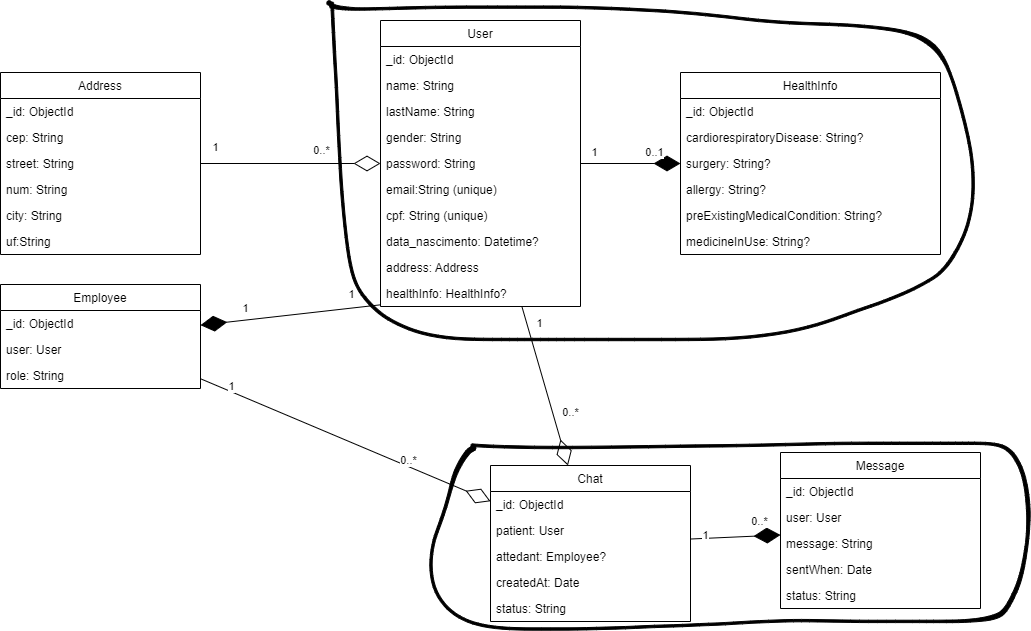
Above: docs/NoAM.png in FatecFranca/DSM-G08-PI3-2024-1 (draw.io), before the change. Source tidied: cells renumbered, new cells last; positions are measured from the earlier drawing's top-left corner, leaving out a move shared by most shapes. Its diagram source:
```xml
<mxGraphModel>
  <root>
    <mxCell id="0" />
    <mxCell id="1" parent="0" />
    <mxCell id="2" value="User" style="swimlane;fontStyle=0;horizontal=1;startSize=26;fillColor=none;glass=0;" parent="1" vertex="1">
      <mxGeometry x="380" y="20" width="200" height="286" as="geometry" />
    </mxCell>
    <mxCell id="3" value="_id: ObjectId" style="text;strokeColor=none;fillColor=none;align=left;verticalAlign=top;spacingLeft=4;spacingRight=4;overflow=hidden;" parent="2" vertex="1">
      <mxGeometry y="26" width="200" height="26" as="geometry" />
    </mxCell>
    <mxCell id="4" value="name: String" style="text;strokeColor=none;fillColor=none;align=left;verticalAlign=top;spacingLeft=4;spacingRight=4;overflow=hidden;" parent="2" vertex="1">
      <mxGeometry y="52" width="200" height="26" as="geometry" />
    </mxCell>
    <mxCell id="5" value="lastName: String" style="text;strokeColor=none;fillColor=none;align=left;verticalAlign=top;spacingLeft=4;spacingRight=4;overflow=hidden;" parent="2" vertex="1">
      <mxGeometry y="78" width="200" height="26" as="geometry" />
    </mxCell>
    <mxCell id="6" value="gender: String" style="text;strokeColor=none;fillColor=none;align=left;verticalAlign=top;spacingLeft=4;spacingRight=4;overflow=hidden;" parent="2" vertex="1">
      <mxGeometry y="104" width="200" height="26" as="geometry" />
    </mxCell>
    <mxCell id="7" value="password: String" style="text;strokeColor=none;fillColor=none;align=left;verticalAlign=top;spacingLeft=4;spacingRight=4;overflow=hidden;" parent="2" vertex="1">
      <mxGeometry y="130" width="200" height="26" as="geometry" />
    </mxCell>
    <mxCell id="8" value="email:String (unique)" style="text;strokeColor=none;fillColor=none;align=left;verticalAlign=top;spacingLeft=4;spacingRight=4;overflow=hidden;" parent="2" vertex="1">
      <mxGeometry y="156" width="200" height="26" as="geometry" />
    </mxCell>
    <mxCell id="9" value="cpf: String (unique)" style="text;strokeColor=none;fillColor=none;align=left;verticalAlign=top;spacingLeft=4;spacingRight=4;overflow=hidden;" parent="2" vertex="1">
      <mxGeometry y="182" width="200" height="26" as="geometry" />
    </mxCell>
    <mxCell id="10" value="data_nascimento: Datetime?" style="text;strokeColor=none;fillColor=none;align=left;verticalAlign=top;spacingLeft=4;spacingRight=4;overflow=hidden;" parent="2" vertex="1">
      <mxGeometry y="208" width="200" height="26" as="geometry" />
    </mxCell>
    <mxCell id="11" value="address: Address" style="text;strokeColor=none;fillColor=none;align=left;verticalAlign=top;spacingLeft=4;spacingRight=4;overflow=hidden;" parent="2" vertex="1">
      <mxGeometry y="234" width="200" height="26" as="geometry" />
    </mxCell>
    <mxCell id="12" value="healthInfo: HealthInfo?" style="text;strokeColor=none;fillColor=none;align=left;verticalAlign=top;spacingLeft=4;spacingRight=4;overflow=hidden;points=[[0,0.5],[1,0.5]];portConstraint=eastwest;" parent="2" vertex="1">
      <mxGeometry y="260" width="200" height="26" as="geometry" />
    </mxCell>
    <mxCell id="13" value="Address" style="swimlane;fontStyle=0;horizontal=1;startSize=26;fillColor=none;glass=0;" parent="1" vertex="1">
      <mxGeometry y="72" width="200" height="182" as="geometry" />
    </mxCell>
    <mxCell id="14" value="_id: ObjectId" style="text;strokeColor=none;fillColor=none;align=left;verticalAlign=top;spacingLeft=4;spacingRight=4;overflow=hidden;" parent="13" vertex="1">
      <mxGeometry y="26" width="200" height="26" as="geometry" />
    </mxCell>
    <mxCell id="15" value="cep: String" style="text;strokeColor=none;fillColor=none;align=left;verticalAlign=top;spacingLeft=4;spacingRight=4;overflow=hidden;" parent="13" vertex="1">
      <mxGeometry y="52" width="200" height="26" as="geometry" />
    </mxCell>
    <mxCell id="16" value="street: String" style="text;strokeColor=none;fillColor=none;align=left;verticalAlign=top;spacingLeft=4;spacingRight=4;overflow=hidden;" parent="13" vertex="1">
      <mxGeometry y="78" width="200" height="26" as="geometry" />
    </mxCell>
    <mxCell id="17" value="num: String" style="text;strokeColor=none;fillColor=none;align=left;verticalAlign=top;spacingLeft=4;spacingRight=4;overflow=hidden;" parent="13" vertex="1">
      <mxGeometry y="104" width="200" height="26" as="geometry" />
    </mxCell>
    <mxCell id="18" value="city: String" style="text;strokeColor=none;fillColor=none;align=left;verticalAlign=top;spacingLeft=4;spacingRight=4;overflow=hidden;" parent="13" vertex="1">
      <mxGeometry y="130" width="200" height="26" as="geometry" />
    </mxCell>
    <mxCell id="19" value="uf:String" style="text;strokeColor=none;fillColor=none;align=left;verticalAlign=top;spacingLeft=4;spacingRight=4;overflow=hidden;" parent="13" vertex="1">
      <mxGeometry y="156" width="200" height="26" as="geometry" />
    </mxCell>
    <mxCell id="20" value="HealthInfo" style="swimlane;fontStyle=0;horizontal=1;startSize=26;fillColor=none;glass=0;" parent="1" vertex="1">
      <mxGeometry x="680" y="72" width="260" height="182" as="geometry" />
    </mxCell>
    <mxCell id="21" value="_id: ObjectId" style="text;strokeColor=none;fillColor=none;align=left;verticalAlign=top;spacingLeft=4;spacingRight=4;overflow=hidden;" parent="20" vertex="1">
      <mxGeometry y="26" width="260" height="26" as="geometry" />
    </mxCell>
    <mxCell id="22" value="cardiorespiratoryDisease: String?" style="text;strokeColor=none;fillColor=none;align=left;verticalAlign=top;spacingLeft=4;spacingRight=4;overflow=hidden;" parent="20" vertex="1">
      <mxGeometry y="52" width="260" height="26" as="geometry" />
    </mxCell>
    <mxCell id="23" value="surgery: String?" style="text;strokeColor=none;fillColor=none;align=left;verticalAlign=top;spacingLeft=4;spacingRight=4;overflow=hidden;" parent="20" vertex="1">
      <mxGeometry y="78" width="260" height="26" as="geometry" />
    </mxCell>
    <mxCell id="24" value="allergy: String?" style="text;strokeColor=none;fillColor=none;align=left;verticalAlign=top;spacingLeft=4;spacingRight=4;overflow=hidden;" parent="20" vertex="1">
      <mxGeometry y="104" width="260" height="26" as="geometry" />
    </mxCell>
    <mxCell id="25" value="preExistingMedicalCondition: String?" style="text;strokeColor=none;fillColor=none;align=left;verticalAlign=top;spacingLeft=4;spacingRight=4;overflow=hidden;" parent="20" vertex="1">
      <mxGeometry y="130" width="260" height="26" as="geometry" />
    </mxCell>
    <mxCell id="26" value="medicineInUse: String?" style="text;strokeColor=none;fillColor=none;align=left;verticalAlign=top;spacingLeft=4;spacingRight=4;overflow=hidden;" parent="20" vertex="1">
      <mxGeometry y="156" width="260" height="26" as="geometry" />
    </mxCell>
    <mxCell id="27" value="Employee" style="swimlane;fontStyle=0;horizontal=1;startSize=26;fillColor=none;glass=0;" parent="1" vertex="1">
      <mxGeometry y="284" width="200" height="104" as="geometry" />
    </mxCell>
    <mxCell id="28" value="_id: ObjectId" style="text;strokeColor=none;fillColor=none;align=left;verticalAlign=top;spacingLeft=4;spacingRight=4;overflow=hidden;" parent="27" vertex="1">
      <mxGeometry y="26" width="200" height="26" as="geometry" />
    </mxCell>
    <mxCell id="29" value="user: User" style="text;strokeColor=none;fillColor=none;align=left;verticalAlign=top;spacingLeft=4;spacingRight=4;overflow=hidden;" parent="27" vertex="1">
      <mxGeometry y="52" width="200" height="26" as="geometry" />
    </mxCell>
    <mxCell id="30" value="role: String" style="text;strokeColor=none;fillColor=none;align=left;verticalAlign=top;spacingLeft=4;spacingRight=4;overflow=hidden;" parent="27" vertex="1">
      <mxGeometry y="78" width="200" height="26" as="geometry" />
    </mxCell>
    <mxCell id="31" value="Chat" style="swimlane;fontStyle=0;horizontal=1;startSize=26;fillColor=none;glass=0;" parent="1" vertex="1">
      <mxGeometry x="490" y="465" width="200" height="156" as="geometry" />
    </mxCell>
    <mxCell id="32" value="_id: ObjectId" style="text;strokeColor=none;fillColor=none;align=left;verticalAlign=top;spacingLeft=4;spacingRight=4;overflow=hidden;" parent="31" vertex="1">
      <mxGeometry y="26" width="200" height="26" as="geometry" />
    </mxCell>
    <mxCell id="33" value="patient: User" style="text;strokeColor=none;fillColor=none;align=left;verticalAlign=top;spacingLeft=4;spacingRight=4;overflow=hidden;" parent="31" vertex="1">
      <mxGeometry y="52" width="200" height="26" as="geometry" />
    </mxCell>
    <mxCell id="34" value="attedant: Employee?" style="text;strokeColor=none;fillColor=none;align=left;verticalAlign=top;spacingLeft=4;spacingRight=4;overflow=hidden;" parent="31" vertex="1">
      <mxGeometry y="78" width="200" height="26" as="geometry" />
    </mxCell>
    <mxCell id="35" value="createdAt: Date" style="text;strokeColor=none;fillColor=none;align=left;verticalAlign=top;spacingLeft=4;spacingRight=4;overflow=hidden;" parent="31" vertex="1">
      <mxGeometry y="104" width="200" height="26" as="geometry" />
    </mxCell>
    <mxCell id="36" value="status: String" style="text;strokeColor=none;fillColor=none;align=left;verticalAlign=top;spacingLeft=4;spacingRight=4;overflow=hidden;" parent="31" vertex="1">
      <mxGeometry y="130" width="200" height="26" as="geometry" />
    </mxCell>
    <mxCell id="37" value="Message" style="swimlane;fontStyle=0;horizontal=1;startSize=26;fillColor=none;glass=0;" parent="1" vertex="1">
      <mxGeometry x="780" y="452" width="200" height="156" as="geometry" />
    </mxCell>
    <mxCell id="38" value="_id: ObjectId" style="text;strokeColor=none;fillColor=none;align=left;verticalAlign=top;spacingLeft=4;spacingRight=4;overflow=hidden;" parent="37" vertex="1">
      <mxGeometry y="26" width="200" height="26" as="geometry" />
    </mxCell>
    <mxCell id="39" value="user: User" style="text;strokeColor=none;fillColor=none;align=left;verticalAlign=top;spacingLeft=4;spacingRight=4;overflow=hidden;" parent="37" vertex="1">
      <mxGeometry y="52" width="200" height="26" as="geometry" />
    </mxCell>
    <mxCell id="40" value="message: String" style="text;strokeColor=none;fillColor=none;align=left;verticalAlign=top;spacingLeft=4;spacingRight=4;overflow=hidden;" parent="37" vertex="1">
      <mxGeometry y="78" width="200" height="26" as="geometry" />
    </mxCell>
    <mxCell id="41" value="sentWhen: Date" style="text;strokeColor=none;fillColor=none;align=left;verticalAlign=top;spacingLeft=4;spacingRight=4;overflow=hidden;" parent="37" vertex="1">
      <mxGeometry y="104" width="200" height="26" as="geometry" />
    </mxCell>
    <mxCell id="42" value="status: String" style="text;strokeColor=none;fillColor=none;align=left;verticalAlign=top;spacingLeft=4;spacingRight=4;overflow=hidden;" parent="37" vertex="1">
      <mxGeometry y="130" width="200" height="26" as="geometry" />
    </mxCell>
    <mxCell id="43" style="endArrow=diamondThin;endFill=1;endSize=24;html=1;" parent="1" edge="1" source="31" target="37">
      <mxGeometry relative="1" as="geometry" />
    </mxCell>
    <mxCell id="44" value="1" style="edgeLabel;html=1;align=center;verticalAlign=middle;" parent="43" vertex="1">
      <mxGeometry x="-0.8" y="1" relative="1" as="geometry">
        <mxPoint x="6" y="-3" as="offset" />
      </mxGeometry>
    </mxCell>
    <mxCell id="45" value="0..*" style="edgeLabel;html=1;align=center;verticalAlign=middle;" parent="43" vertex="1">
      <mxGeometry x="0.62" relative="1" as="geometry">
        <mxPoint x="-4" y="-15" as="offset" />
      </mxGeometry>
    </mxCell>
    <mxCell id="46" style="endArrow=diamondThin;endFill=0;endSize=24;html=1;" parent="1" edge="1" source="13" target="2">
      <mxGeometry relative="1" as="geometry" />
    </mxCell>
    <mxCell id="47" value="1" style="edgeLabel;html=1;align=center;verticalAlign=middle;" parent="46" vertex="1">
      <mxGeometry x="-0.89" y="2" relative="1" as="geometry">
        <mxPoint x="4" y="-15" as="offset" />
      </mxGeometry>
    </mxCell>
    <mxCell id="48" value="0..*" style="edgeLabel;html=1;align=center;verticalAlign=middle;" parent="46" vertex="1">
      <mxGeometry x="0.37" y="1" relative="1" as="geometry">
        <mxPoint x="-4" y="-13" as="offset" />
      </mxGeometry>
    </mxCell>
    <mxCell id="49" style="endArrow=diamondThin;endFill=1;endSize=24;html=1;" parent="1" edge="1" source="12" target="27">
      <mxGeometry relative="1" as="geometry" />
    </mxCell>
    <mxCell id="50" value="1" style="edgeLabel;html=1;align=center;verticalAlign=middle;" parent="49" vertex="1">
      <mxGeometry x="-0.8" y="1" relative="1" as="geometry">
        <mxPoint x="-12" y="-14" as="offset" />
      </mxGeometry>
    </mxCell>
    <mxCell id="51" value="1" style="edgeLabel;html=1;align=center;verticalAlign=middle;" parent="49" vertex="1">
      <mxGeometry x="0.62" relative="1" as="geometry">
        <mxPoint x="11" y="-13" as="offset" />
      </mxGeometry>
    </mxCell>
    <mxCell id="52" style="endArrow=diamondThin;endFill=0;endSize=24;html=1;" parent="1" edge="1" source="27" target="31">
      <mxGeometry relative="1" as="geometry" />
    </mxCell>
    <mxCell id="53" value="1" style="edgeLabel;html=1;align=center;verticalAlign=middle;" parent="52" vertex="1">
      <mxGeometry x="-0.89" y="2" relative="1" as="geometry">
        <mxPoint x="13" y="2" as="offset" />
      </mxGeometry>
    </mxCell>
    <mxCell id="54" value="0..*" style="edgeLabel;html=1;align=center;verticalAlign=middle;" parent="52" vertex="1">
      <mxGeometry x="0.37" y="1" relative="1" as="geometry">
        <mxPoint x="8" y="-2" as="offset" />
      </mxGeometry>
    </mxCell>
    <mxCell id="55" style="endArrow=diamondThin;endFill=0;endSize=24;html=1;" parent="1" edge="1" source="2" target="31">
      <mxGeometry relative="1" as="geometry" />
    </mxCell>
    <mxCell id="56" value="1" style="edgeLabel;html=1;align=center;verticalAlign=middle;" parent="55" vertex="1">
      <mxGeometry x="-0.89" y="2" relative="1" as="geometry">
        <mxPoint x="13" y="8" as="offset" />
      </mxGeometry>
    </mxCell>
    <mxCell id="57" value="0..*" style="edgeLabel;html=1;align=center;verticalAlign=middle;" parent="55" vertex="1">
      <mxGeometry x="0.37" y="1" relative="1" as="geometry">
        <mxPoint x="15" y="-4" as="offset" />
      </mxGeometry>
    </mxCell>
    <mxCell id="58" style="endArrow=diamondThin;endFill=1;endSize=24;html=1;" parent="1" edge="1" source="2" target="20">
      <mxGeometry relative="1" as="geometry" />
    </mxCell>
    <mxCell id="59" value="1" style="edgeLabel;html=1;align=center;verticalAlign=middle;" parent="58" vertex="1">
      <mxGeometry x="-0.8" y="1" relative="1" as="geometry">
        <mxPoint x="3" y="-11" as="offset" />
      </mxGeometry>
    </mxCell>
    <mxCell id="60" value="0..1" style="edgeLabel;html=1;align=center;verticalAlign=middle;" parent="58" vertex="1">
      <mxGeometry x="0.62" relative="1" as="geometry">
        <mxPoint x="-8" y="-12" as="offset" />
      </mxGeometry>
    </mxCell>
    <mxCell id="61" style="shape=(stored shape, 4256 characters);lineShape=1;" parent="1" vertex="1">
      <mxGeometry x="429.3" y="441.6" width="600.4" height="188.1" as="geometry" />
    </mxCell>
    <mxCell id="62" style="shape=(stored shape, 4524 characters);lineShape=1;" parent="1" vertex="1">
      <mxGeometry x="326.4" y="0.4" width="647.4" height="339.8" as="geometry" />
    </mxCell>
  </root>
</mxGraphModel>
```
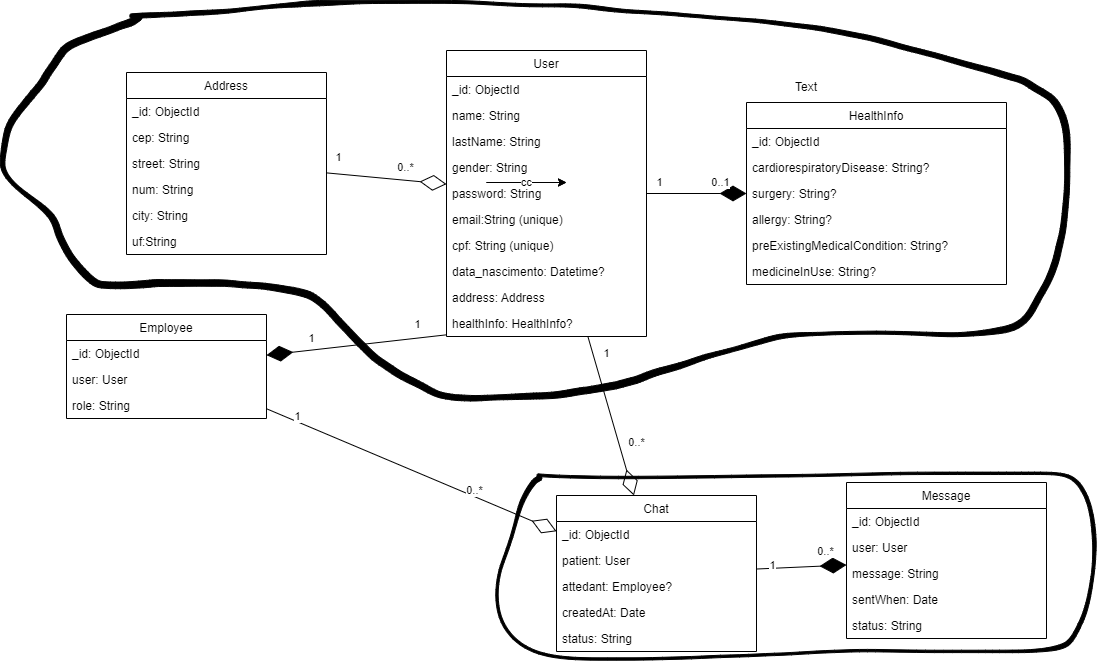
Later version of the same file.

Commit message:
chore: update database diagrams

Change to the diagram source:
```diff
@@ -36,7 +36,7 @@
       <mxGeometry y="260" width="200" height="26" as="geometry" />
     </mxCell>
     <mxCell id="13" value="Address" style="swimlane;fontStyle=0;horizontal=1;startSize=26;fillColor=none;glass=0;" parent="1" vertex="1">
-      <mxGeometry y="72" width="200" height="182" as="geometry" />
+      <mxGeometry x="60" y="42" width="200" height="182" as="geometry" />
     </mxCell>
     <mxCell id="14" value="_id: ObjectId" style="text;strokeColor=none;fillColor=none;align=left;verticalAlign=top;spacingLeft=4;spacingRight=4;overflow=hidden;" parent="13" vertex="1">
       <mxGeometry y="26" width="200" height="26" as="geometry" />
@@ -206,8 +206,26 @@
     <mxCell id="61" style="shape=(stored shape, 4256 characters);lineShape=1;" parent="1" vertex="1">
       <mxGeometry x="429.3" y="441.6" width="600.4" height="188.1" as="geometry" />
     </mxCell>
-    <mxCell id="62" style="shape=(stored shape, 4524 characters);lineShape=1;" parent="1" vertex="1">
-      <mxGeometry x="326.4" y="0.4" width="647.4" height="339.8" as="geometry" />
-    </mxCell>
+    <mxCell id="63" style="edgeStyle=none;orthogonalLoop=1;jettySize=auto;html=1;" parent="1" edge="1">
+      <mxGeometry relative="1" as="geometry">
+        <mxPoint x="420" y="152" as="sourcePoint" />
+        <mxPoint x="500" y="152" as="targetPoint" />
+      </mxGeometry>
+    </mxCell>
+    <mxCell id="64" value="cc" style="edgeStyle=none;orthogonalLoop=1;jettySize=auto;html=1;" parent="1" edge="1">
+      <mxGeometry relative="1" as="geometry">
+        <mxPoint x="420" y="152" as="sourcePoint" />
+        <mxPoint x="500" y="152" as="targetPoint" />
+      </mxGeometry>
+    </mxCell>
+    <mxCell id="65" value="Text" style="text;strokeColor=none;align=center;fillColor=none;html=1;verticalAlign=middle;whiteSpace=wrap;rounded=0;" parent="1" vertex="1">
+      <mxGeometry x="710" y="42" width="60" height="30" as="geometry" />
+    </mxCell>
+    <mxCell id="66" style="shape=(stored shape, 9884 characters);lineShape=1;" parent="1" vertex="1">
+      <mxGeometry x="-66.3" y="-30.3" width="1070" height="400.9" as="geometry" />
+    </mxCell>
+    <mxCell id="67" style="shape=(stored shape, 640 characters);lineShape=1;" parent="1" vertex="1">
+      <mxGeometry x="67.7" y="-15.9" width="5.5" height="5.5" as="geometry" />
+    </mxCell>
   </root>
 </mxGraphModel>
```
